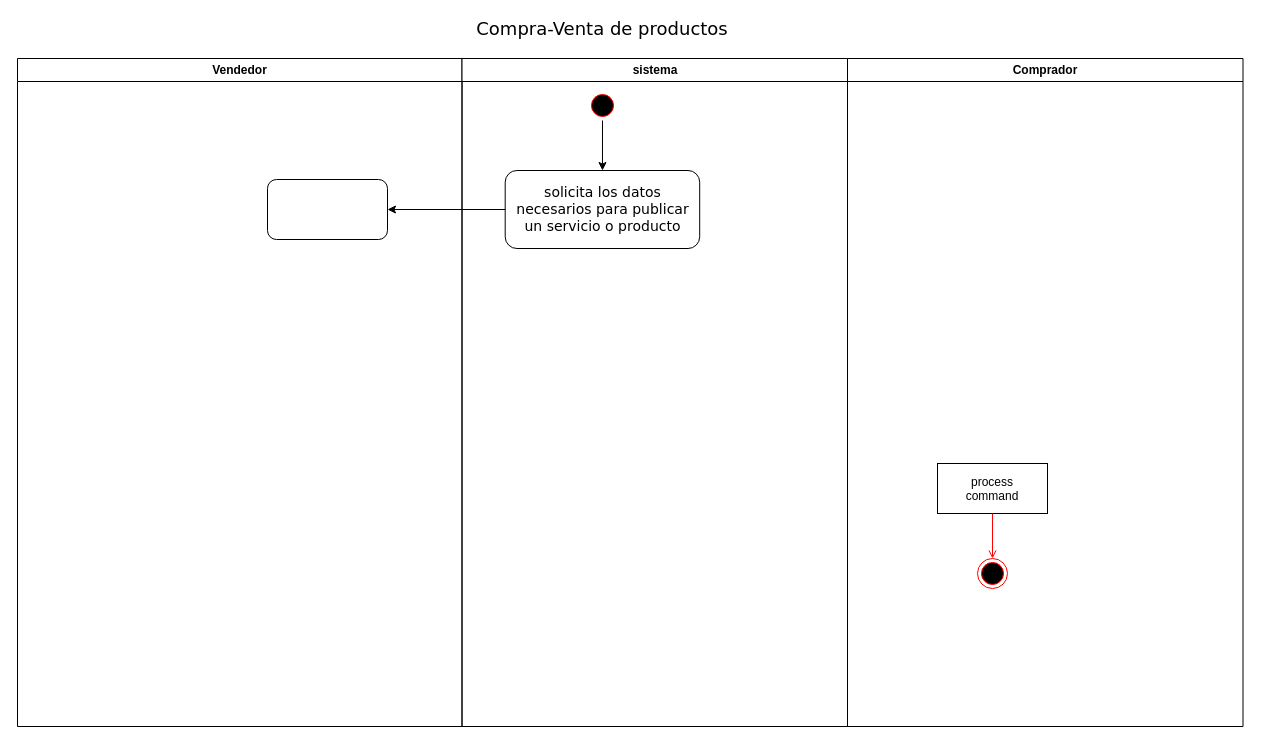
Earlier version of the draw.io diagram actividad.drawio (AyobAsroutVargas/lab1). Source tidied: cells renumbered, new cells numbered last; positions are measured from the earlier drawing's top-left corner, leaving out a move shared by most shapes. Both pictures are drawn from the tidied source at 100%, with x=0, y=0 at pixel (17, 18).
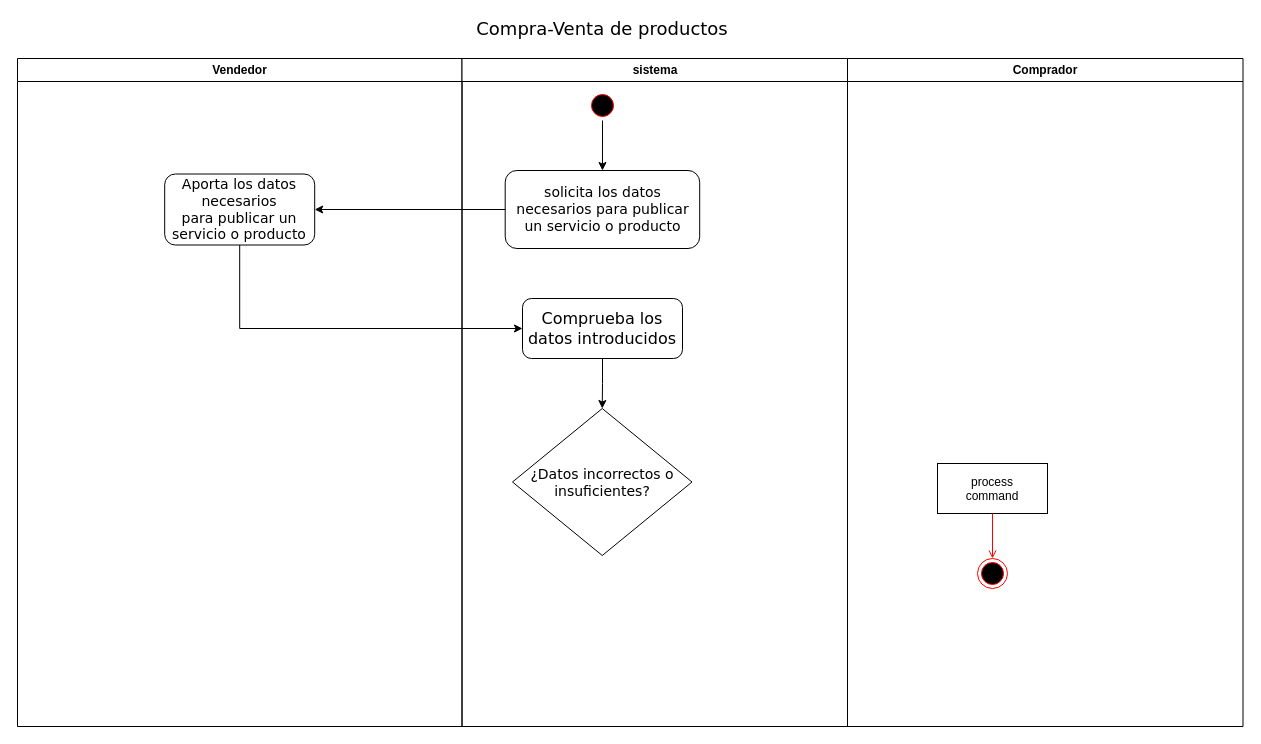
The same page after the edit.

The edit, as a diff of the source:
```diff
@@
 <mxGraphModel background="#ffffff">
   <root>
     <mxCell id="0" />
     <mxCell id="1" parent="0" />
     <mxCell id="2" value="Vendedor" style="swimlane;whiteSpace=wrap;" parent="1" vertex="1">
       <mxGeometry y="40" width="444.5" height="668" as="geometry" />
     </mxCell>
-    <mxCell id="3" style="rounded=1;whiteSpace=wrap;html=1;" parent="2" vertex="1">
-      <mxGeometry x="250" y="121" width="120" height="60" as="geometry" />
+    <mxCell id="3" value="&lt;font face=&quot;Verdana&quot; style=&quot;font-size: 14px&quot;&gt;Aporta los datos necesarios para&amp;nbsp;&lt;/font&gt;&lt;span style=&quot;font-family: &amp;#34;verdana&amp;#34; ; font-size: 14px&quot;&gt;publicar un servicio o producto&lt;/span&gt;" style="rounded=1;whiteSpace=wrap;html=1;" parent="2" vertex="1">
+      <mxGeometry x="147.2" y="115.5" width="150" height="71" as="geometry" />
     </mxCell>
     <mxCell id="4" value="sistema" style="swimlane;whiteSpace=wrap;" parent="1" vertex="1">
       <mxGeometry x="444.5" y="40" width="385.5" height="668" as="geometry" />
     </mxCell>
     <mxCell id="5" style="ellipse;shape=startState;fillColor=#000000;strokeColor=#ff0000;" parent="4" vertex="1">
       <mxGeometry x="125.5" y="32" width="30" height="30" as="geometry" />
     </mxCell>
     <mxCell id="6" value="&lt;font face=&quot;Verdana&quot;&gt;&lt;span style=&quot;font-size: 14px&quot;&gt;solicita los datos necesarios para publicar un servicio o producto&lt;/span&gt;&lt;/font&gt;" style="rounded=1;whiteSpace=wrap;html=1;" parent="4" vertex="1">
       <mxGeometry x="43.2" y="112" width="194.5" height="78" as="geometry" />
     </mxCell>
     <mxCell id="7" style="endArrow=classic;html=1;exitX=0.5;exitY=1;exitDx=0;exitDy=0;" parent="4" edge="1" source="5" target="6">
       <mxGeometry relative="1" as="geometry" />
     </mxCell>
+    <mxCell id="14" style="edgeStyle=orthogonalEdgeStyle;rounded=0;jettySize=auto;html=1;entryX=0.5;entryY=0;entryDx=0;entryDy=0;" parent="4" edge="1" source="15" target="16">
+      <mxGeometry relative="1" as="geometry" />
+    </mxCell>
+    <mxCell id="15" value="&lt;font face=&quot;Verdana&quot; size=&quot;3&quot;&gt;Comprueba los datos introducidos&lt;/font&gt;" style="rounded=1;whiteSpace=wrap;html=1;" parent="4" vertex="1">
+      <mxGeometry x="60.5" y="240" width="160" height="60" as="geometry" />
+    </mxCell>
+    <mxCell id="16" value="&lt;font face=&quot;Verdana&quot; style=&quot;font-size: 14px&quot;&gt;¿Datos incorrectos o insuficientes?&lt;/font&gt;" style="rhombus;whiteSpace=wrap;html=1;" parent="4" vertex="1">
+      <mxGeometry x="50.5" y="350" width="179.5" height="147" as="geometry" />
+    </mxCell>
     <mxCell id="8" value="Comprador" style="swimlane;whiteSpace=wrap;" parent="1" vertex="1">
       <mxGeometry x="830" y="40" width="395.5" height="668" as="geometry" />
     </mxCell>
     <mxCell id="9" value="process&#10;command" parent="8" vertex="1">
       <mxGeometry x="90" y="405" width="110" height="50" as="geometry" />
     </mxCell>
     <mxCell id="10" style="ellipse;shape=endState;fillColor=#000000;strokeColor=#ff0000;" parent="8" vertex="1">
       <mxGeometry x="130" y="500" width="30" height="30" as="geometry" />
     </mxCell>
     <mxCell id="11" style="endArrow=open;strokeColor=#FF0000;endFill=1;rounded=0;" parent="8" edge="1" source="9" target="10">
       <mxGeometry relative="1" as="geometry" />
     </mxCell>
     <mxCell id="12" value="&lt;font face=&quot;Verdana&quot; style=&quot;font-size: 18px&quot;&gt;Compra-Venta de productos&lt;/font&gt;" style="text;html=1;strokeColor=none;fillColor=none;align=center;verticalAlign=middle;whiteSpace=wrap;rounded=0;" parent="1" vertex="1">
       <mxGeometry x="415" width="340" height="20" as="geometry" />
     </mxCell>
-    <mxCell id="13" style="endArrow=classic;html=1;exitX=0;exitY=0.5;exitDx=0;exitDy=0;" parent="1" edge="1" source="6">
-      <mxGeometry relative="1" as="geometry">
-        <mxPoint x="370" y="191" as="targetPoint" />
-      </mxGeometry>
+    <mxCell id="13" style="endArrow=classic;html=1;exitX=0;exitY=0.5;exitDx=0;exitDy=0;entryX=1;entryY=0.5;entryDx=0;entryDy=0;" parent="1" edge="1" source="6" target="3">
+      <mxGeometry relative="1" as="geometry" />
     </mxCell>
+    <mxCell id="17" style="edgeStyle=orthogonalEdgeStyle;rounded=0;jettySize=auto;html=1;exitX=0.5;exitY=1;exitDx=0;exitDy=0;entryX=0;entryY=0.5;entryDx=0;entryDy=0;" parent="1" edge="1" source="3" target="15">
+      <mxGeometry relative="1" as="geometry">
+        <Array as="points">
+          <mxPoint x="222" y="310" />
+        </Array>
+      </mxGeometry>
+    </mxCell>
   </root>
 </mxGraphModel>
```
